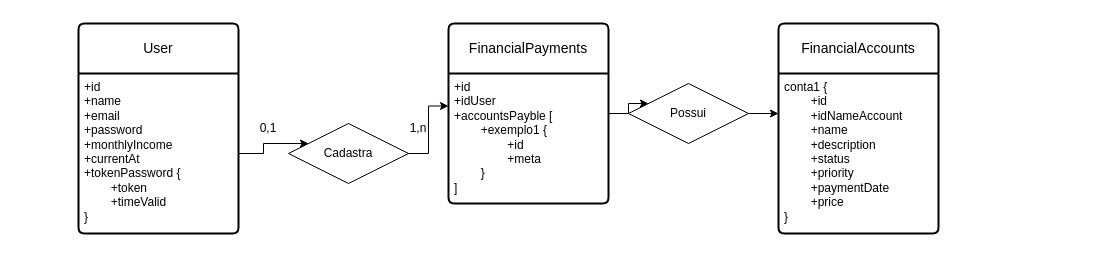
This is DIagrama Relacional.drawio from ExtraProjects860/Project-Financial-Management, a draw.io file, before an edit. Source tidied: cells renumbered, new cells numbered last; positions are measured from the earlier drawing's top-left corner, leaving out a move shared by most shapes. Both pictures are drawn from the tidied source at 100%, with x=0, y=0 at pixel (78, 23).
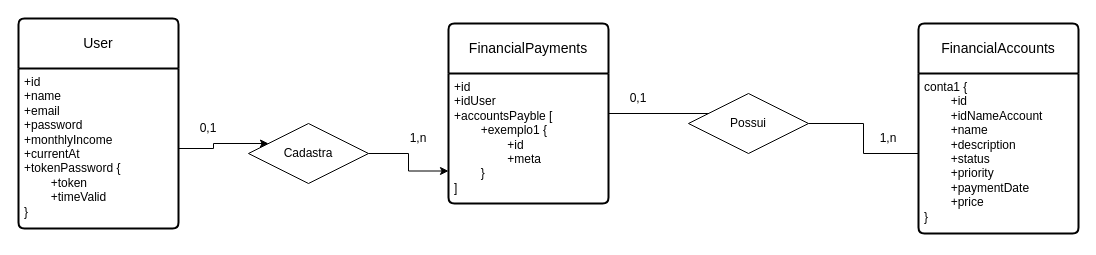
Above is the later version.

What changed in the source:
```diff
@@
 <mxGraphModel>
   <root>
     <mxCell id="0" />
     <mxCell id="1" parent="0" />
     <mxCell id="2" value="User" style="swimlane;horizontal=1;startSize=50;rounded=1;fontSize=14;fontStyle=0;strokeWidth=2;shadow=0;dashed=0;align=center;arcSize=4;whiteSpace=wrap;html=1;" parent="1" vertex="1">
-      <mxGeometry width="160" height="210" as="geometry" />
+      <mxGeometry x="-60" y="-5" width="160" height="210" as="geometry" />
     </mxCell>
     <mxCell id="3" value="&lt;div&gt;+id&lt;br&gt;&lt;/div&gt;&lt;div&gt;+name&lt;/div&gt;+email&lt;br&gt;&lt;div&gt;+password&lt;/div&gt;&lt;div&gt;+monthlyIncome&lt;/div&gt;&lt;div&gt;+currentAt&lt;/div&gt;&lt;div&gt;+tokenPassword {&lt;/div&gt;&lt;div&gt;&lt;span style=&quot;white-space: pre;&quot;&gt;&#9;+token&lt;/span&gt;&lt;/div&gt;&lt;div&gt;&lt;span style=&quot;white-space: pre;&quot;&gt;&lt;span style=&quot;white-space: pre;&quot;&gt;&#9;&lt;/span&gt;+timeValid&lt;br&gt;&lt;/span&gt;&lt;/div&gt;&lt;div&gt;}&lt;br&gt;&lt;/div&gt;" style="align=left;strokeColor=none;fillColor=none;spacingLeft=4;fontSize=12;verticalAlign=top;html=1;" parent="2" vertex="1">
       <mxGeometry y="50" width="160" height="160" as="geometry" />
     </mxCell>
-    <mxCell id="4" style="edgeStyle=orthogonalEdgeStyle;rounded=0;jettySize=auto;html=1;entryX=0;entryY=0.25;entryDx=0;entryDy=0;" parent="1" edge="1" source="15" target="13">
-      <mxGeometry relative="1" as="geometry" />
-    </mxCell>
     <mxCell id="5" value="&lt;div class=&quot;QmZWSe&quot;&gt;&lt;div class=&quot;DHcWmd&quot;&gt;&lt;/div&gt;&lt;/div&gt;&lt;pre dir=&quot;ltr&quot; aria-label=&quot;Texto traduzido&quot; style=&quot;text-align:left&quot; id=&quot;tw-target-text&quot; class=&quot;tw-data-text tw-text-large tw-ta&quot;&gt;&lt;font face=&quot;Helvetica&quot;&gt;&lt;span lang=&quot;en&quot; class=&quot;Y2IQFc&quot;&gt;FinancialPayments&lt;/span&gt;&lt;/font&gt;&lt;/pre&gt;" style="swimlane;horizontal=1;startSize=50;rounded=1;fontSize=14;fontStyle=0;strokeWidth=2;shadow=0;dashed=0;align=center;arcSize=4;whiteSpace=wrap;html=1;" parent="1" vertex="1">
       <mxGeometry x="370" width="160" height="180" as="geometry" />
     </mxCell>
     <mxCell id="6" value="+id&lt;br&gt;+idUser&lt;br&gt;&lt;div&gt;+accountsPayble [&lt;/div&gt;&lt;div&gt;&lt;span style=&quot;white-space: pre;&quot;&gt;&#9;&lt;/span&gt;+exemplo1 {&lt;/div&gt;&lt;div&gt;&lt;span style=&quot;white-space: pre;&quot;&gt;&#9;&lt;/span&gt;&lt;span style=&quot;white-space: pre;&quot;&gt;&#9;&lt;/span&gt;+id&lt;br&gt;&lt;/div&gt;&lt;div&gt;&lt;span style=&quot;white-space: pre;&quot;&gt;&#9;&lt;/span&gt;&lt;span style=&quot;white-space: pre;&quot;&gt;&#9;&lt;/span&gt;+meta&lt;br&gt;&lt;/div&gt;&lt;span style=&quot;white-space: pre;&quot;&gt;&#9;&lt;/span&gt;}&lt;br&gt;&lt;div&gt;]&lt;/div&gt;" style="align=left;strokeColor=none;fillColor=none;spacingLeft=4;fontSize=12;verticalAlign=top;html=1;" parent="5" vertex="1">
       <mxGeometry y="50" width="160" height="130" as="geometry" />
     </mxCell>
+    <mxCell id="8" style="edgeStyle=orthogonalEdgeStyle;rounded=0;jettySize=auto;html=1;entryX=0;entryY=0.25;entryDx=0;entryDy=0;" parent="1" edge="1" source="3" target="9">
+      <mxGeometry relative="1" as="geometry" />
+    </mxCell>
-    <mxCell id="7" style="edgeStyle=orthogonalEdgeStyle;rounded=0;jettySize=auto;html=1;entryX=0;entryY=0.25;entryDx=0;entryDy=0;" parent="1" edge="1" source="9" target="6">
+    <mxCell id="7" style="edgeStyle=orthogonalEdgeStyle;rounded=0;jettySize=auto;html=1;entryX=0;entryY=0.75;entryDx=0;entryDy=0;" parent="1" edge="1" source="9" target="6">
       <mxGeometry relative="1" as="geometry" />
     </mxCell>
-    <mxCell id="8" style="edgeStyle=orthogonalEdgeStyle;rounded=0;jettySize=auto;html=1;entryX=0;entryY=0.25;entryDx=0;entryDy=0;" parent="1" edge="1" source="3" target="9">
-      <mxGeometry relative="1" as="geometry" />
-    </mxCell>
     <mxCell id="9" value="Cadastra" style="shape=rhombus;perimeter=rhombusPerimeter;whiteSpace=wrap;html=1;align=center;" parent="1" vertex="1">
-      <mxGeometry x="210" y="100" width="120" height="60" as="geometry" />
+      <mxGeometry x="170" y="100" width="120" height="60" as="geometry" />
     </mxCell>
     <mxCell id="10" value="0,1" style="text;html=1;align=center;verticalAlign=middle;whiteSpace=wrap;rounded=0;" parent="1" vertex="1">
-      <mxGeometry x="160" y="90" width="60" height="30" as="geometry" />
+      <mxGeometry x="530" y="60" width="60" height="30" as="geometry" />
     </mxCell>
     <mxCell id="11" value="1,n" style="text;html=1;align=center;verticalAlign=middle;whiteSpace=wrap;rounded=0;" parent="1" vertex="1">
-      <mxGeometry x="310" y="90" width="60" height="30" as="geometry" />
+      <mxGeometry x="310" y="100" width="60" height="30" as="geometry" />
     </mxCell>
     <mxCell id="12" value="FinancialAccounts" style="swimlane;horizontal=1;startSize=50;rounded=1;fontSize=14;fontStyle=0;strokeWidth=2;shadow=0;dashed=0;align=center;arcSize=4;whiteSpace=wrap;html=1;" parent="1" vertex="1">
-      <mxGeometry x="700" width="160" height="210" as="geometry" />
+      <mxGeometry x="840" width="160" height="210" as="geometry" />
     </mxCell>
     <mxCell id="13" value="&lt;div&gt;&lt;div&gt;conta1 {&lt;/div&gt;&lt;div&gt;&lt;span style=&quot;white-space: pre;&quot;&gt;&#9;&lt;/span&gt;+id&lt;/div&gt;&lt;div&gt;&lt;span style=&quot;white-space: pre;&quot;&gt;&#9;&lt;/span&gt;+idNameAccount&lt;br&gt;&lt;/div&gt;&lt;div&gt;&lt;span style=&quot;white-space: pre;&quot;&gt;&#9;&lt;/span&gt;+name&lt;/div&gt;&lt;div&gt;&lt;span style=&quot;white-space: pre;&quot;&gt;&#9;&lt;/span&gt;+description&lt;/div&gt;&lt;div&gt;&lt;span style=&quot;white-space: pre;&quot;&gt;&#9;&lt;/span&gt;+status&lt;/div&gt;&lt;div&gt;&lt;span style=&quot;white-space: pre;&quot;&gt;&#9;&lt;/span&gt;+priority&lt;/div&gt;&lt;div&gt;&lt;span style=&quot;white-space: pre;&quot;&gt;&#9;&lt;/span&gt;+paymentDate&lt;/div&gt;&lt;div&gt;&lt;span style=&quot;white-space: pre;&quot;&gt;&#9;&lt;/span&gt;+price&lt;/div&gt;}&lt;/div&gt;&lt;div&gt;&lt;br&gt;&lt;/div&gt;" style="align=left;strokeColor=none;fillColor=none;spacingLeft=4;fontSize=12;verticalAlign=top;html=1;" parent="12" vertex="1">
       <mxGeometry y="50" width="160" height="160" as="geometry" />
     </mxCell>
-    <mxCell id="14" style="edgeStyle=orthogonalEdgeStyle;rounded=0;jettySize=auto;html=1;entryX=0;entryY=0.25;entryDx=0;entryDy=0;" parent="1" edge="1" source="5" target="15">
+    <mxCell id="14" style="edgeStyle=orthogonalEdgeStyle;rounded=0;jettySize=auto;html=1;entryX=0;entryY=0.25;entryDx=0;entryDy=0;endArrow=none;endFill=0;" parent="1" edge="1" source="5" target="15">
       <mxGeometry relative="1" as="geometry" />
     </mxCell>
+    <mxCell id="4" style="edgeStyle=orthogonalEdgeStyle;rounded=0;jettySize=auto;html=1;endArrow=none;endFill=0;" parent="1" edge="1" source="15" target="13">
+      <mxGeometry relative="1" as="geometry" />
+    </mxCell>
     <mxCell id="15" value="Possui" style="shape=rhombus;perimeter=rhombusPerimeter;whiteSpace=wrap;html=1;align=center;" parent="1" vertex="1">
-      <mxGeometry x="550" y="60" width="120" height="60" as="geometry" />
+      <mxGeometry x="610" y="70" width="120" height="60" as="geometry" />
     </mxCell>
+    <mxCell id="16" value="0,1" style="text;html=1;align=center;verticalAlign=middle;whiteSpace=wrap;rounded=0;" parent="1" vertex="1">
+      <mxGeometry x="100" y="90" width="60" height="30" as="geometry" />
+    </mxCell>
+    <mxCell id="17" value="1,n" style="text;html=1;align=center;verticalAlign=middle;whiteSpace=wrap;rounded=0;" parent="1" vertex="1">
+      <mxGeometry x="780" y="100" width="60" height="30" as="geometry" />
+    </mxCell>
   </root>
 </mxGraphModel>
```
